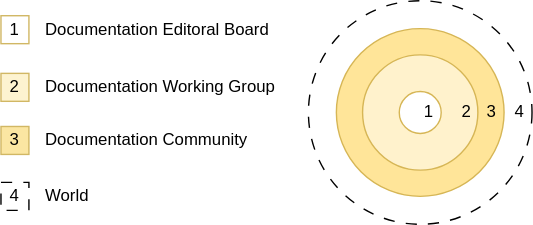
This is docs-pep-concentric.drawio.svg from pradyunsg/diagrams, a draw.io export, as it was before one commit. Source tidied: cells renumbered, new cells last; positions are measured from the earlier drawing's top-left corner, leaving out a move shared by most shapes.
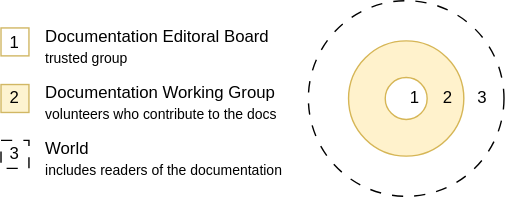
The same file after the commit.

Change to the diagram source:
```diff
@@ -2,41 +2,32 @@
   <root>
     <mxCell id="0" />
     <mxCell id="1" parent="0" />
-    <mxCell id="2" value="&lt;div align=&quot;right&quot;&gt;4&amp;nbsp; &lt;br&gt;&lt;/div&gt;" style="ellipse;whiteSpace=wrap;html=1;dashed=1;dashPattern=8 8;align=right;" parent="1" vertex="1">
-      <mxGeometry x="220" width="160" height="160" as="geometry" />
+    <mxCell id="2" value="&lt;div align=&quot;right&quot;&gt;3 &amp;nbsp;&amp;nbsp; &lt;br&gt;&lt;/div&gt;" style="ellipse;whiteSpace=wrap;html=1;dashed=1;dashPattern=8 8;align=right;" parent="1" vertex="1">
+      <mxGeometry x="210" width="140" height="140" as="geometry" />
     </mxCell>
-    <mxCell id="3" value="&lt;div&gt;3&amp;nbsp; &lt;br&gt;&lt;/div&gt;" style="ellipse;whiteSpace=wrap;html=1;align=right;fillColor=#ffe599;strokeColor=#d6b656;" parent="1" vertex="1">
-      <mxGeometry x="240" y="20" width="120" height="120" as="geometry" />
-    </mxCell>
-    <mxCell id="4" value="2&amp;nbsp; " style="ellipse;whiteSpace=wrap;html=1;fillColor=#fff2cc;strokeColor=#D6B656;align=right;" parent="1" vertex="1">
-      <mxGeometry x="258.8" y="38.8" width="82.5" height="82.5" as="geometry" />
+    <mxCell id="4" value="2&amp;nbsp;&amp;nbsp; " style="ellipse;whiteSpace=wrap;html=1;fillColor=#fff2cc;strokeColor=#D6B656;align=right;" parent="1" vertex="1">
+      <mxGeometry x="238.8" y="28.8" width="82.5" height="82.5" as="geometry" />
     </mxCell>
     <mxCell id="5" value="1&amp;nbsp; " style="ellipse;whiteSpace=wrap;html=1;strokeColor=#D6B656;align=right;" parent="1" vertex="1">
-      <mxGeometry x="285" y="65" width="30" height="30" as="geometry" />
+      <mxGeometry x="265" y="55" width="30" height="30" as="geometry" />
     </mxCell>
-    <mxCell id="6" value="3" style="rounded=0;whiteSpace=wrap;html=1;fillColor=#fbe6a2;strokeColor=#d1b764;" parent="1" vertex="1">
-      <mxGeometry y="90" width="20" height="20" as="geometry" />
-    </mxCell>
     <mxCell id="7" value="1" style="rounded=0;whiteSpace=wrap;html=1;fillColor=#ffffff;strokeColor=#d1b764;" parent="1" vertex="1">
-      <mxGeometry y="10.8" width="20" height="20" as="geometry" />
+      <mxGeometry x="-10" y="19.5" width="20" height="20" as="geometry" />
     </mxCell>
     <mxCell id="8" value="2" style="rounded=0;whiteSpace=wrap;html=1;fillColor=#fdf3d0;strokeColor=#d1b764;" parent="1" vertex="1">
-      <mxGeometry y="52" width="20" height="20" as="geometry" />
+      <mxGeometry x="-10" y="60" width="20" height="20" as="geometry" />
     </mxCell>
-    <mxCell id="9" value="&lt;div&gt;4&lt;/div&gt;" style="rounded=0;whiteSpace=wrap;html=1;dashed=1;dashPattern=8 8;" parent="1" vertex="1">
-      <mxGeometry y="130" width="20" height="20" as="geometry" />
+    <mxCell id="9" value="3" style="rounded=0;whiteSpace=wrap;html=1;dashed=1;dashPattern=8 8;" parent="1" vertex="1">
+      <mxGeometry x="-10" y="100" width="20" height="20" as="geometry" />
     </mxCell>
-    <mxCell id="10" value="World" style="text;html=1;align=left;verticalAlign=middle;strokeColor=none;fillColor=none;" parent="1" vertex="1">
-      <mxGeometry x="30" y="125" width="50" height="30" as="geometry" />
+    <mxCell id="10" value="World&lt;br&gt;&lt;font style=&quot;font-size: 10px;&quot;&gt;includes readers of the documentation&lt;br&gt;&lt;/font&gt;" style="text;html=1;align=left;verticalAlign=bottom;strokeColor=none;fillColor=none;" parent="1" vertex="1">
+      <mxGeometry x="20" y="90" width="190" height="40" as="geometry" />
     </mxCell>
-    <mxCell id="11" value="Documentation Community" style="text;html=1;align=left;verticalAlign=middle;strokeColor=none;fillColor=none;" parent="1" vertex="1">
-      <mxGeometry x="30" y="85" width="170" height="30" as="geometry" />
-    </mxCell>
-    <mxCell id="12" value="Documentation Working Group" style="text;html=1;align=left;verticalAlign=middle;strokeColor=none;fillColor=none;" parent="1" vertex="1">
-      <mxGeometry x="30" y="47" width="190" height="30" as="geometry" />
+    <mxCell id="12" value="Documentation Working Group&lt;br&gt;&lt;font style=&quot;font-size: 10px;&quot;&gt;volunteers who contribute to the docs&lt;/font&gt;" style="text;html=1;align=left;verticalAlign=bottom;strokeColor=none;fillColor=none;" parent="1" vertex="1">
+      <mxGeometry x="20" y="50" width="190" height="40" as="geometry" />
     </mxCell>
-    <mxCell id="13" value="Documentation Editoral Board" style="text;html=1;align=left;verticalAlign=middle;strokeColor=none;fillColor=none;" parent="1" vertex="1">
-      <mxGeometry x="30" y="5.8" width="180" height="30" as="geometry" />
+    <mxCell id="13" value="Documentation Editoral Board&lt;br&gt;&lt;font style=&quot;font-size: 10px;&quot;&gt;trusted group&lt;br&gt;&lt;/font&gt;" style="text;html=1;align=left;verticalAlign=bottom;strokeColor=none;fillColor=none;" parent="1" vertex="1">
+      <mxGeometry x="20" y="10" width="180" height="40" as="geometry" />
     </mxCell>
   </root>
 </mxGraphModel>
```
